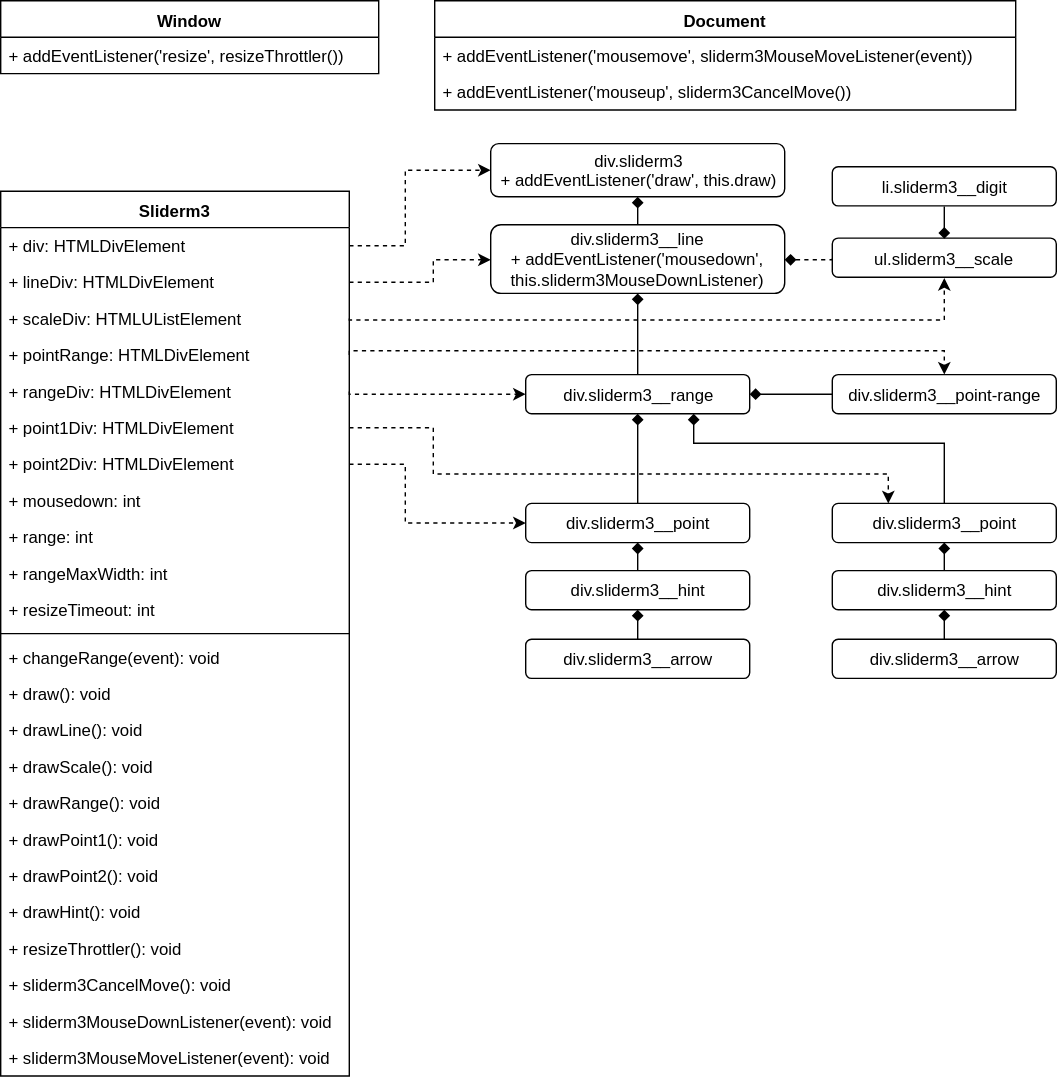
This is schema.svg from alexanderkif/modifiable-slider, a draw.io export, as it was before one commit. Source tidied: cells renumbered, new cells last; positions are measured from the earlier drawing's top-left corner, leaving out a move shared by most shapes. Source of this version:
```xml
<mxGraphModel background="#ffffff">
  <root>
    <mxCell id="0" />
    <mxCell id="1" parent="0" />
    <mxCell id="2" value="Sliderm3" style="swimlane;fontStyle=1;align=center;verticalAlign=top;horizontal=1;startSize=26;" parent="1" vertex="1">
      <mxGeometry y="136" width="249" height="632" as="geometry" />
    </mxCell>
    <mxCell id="3" value="+ div: HTMLDivElement" style="text;strokeColor=none;fillColor=none;align=left;verticalAlign=top;spacingLeft=4;spacingRight=4;overflow=hidden;points=[[0,0.5],[1,0.5]];portConstraint=eastwest;" parent="2" vertex="1">
      <mxGeometry y="26" width="249" height="26" as="geometry" />
    </mxCell>
    <mxCell id="4" value="+ lineDiv: HTMLDivElement" style="text;strokeColor=none;fillColor=none;align=left;verticalAlign=top;spacingLeft=4;spacingRight=4;overflow=hidden;points=[[0,0.5],[1,0.5]];portConstraint=eastwest;" parent="2" vertex="1">
      <mxGeometry y="52" width="249" height="26" as="geometry" />
    </mxCell>
    <mxCell id="5" value="+ scaleDiv: HTMLUListElement" style="text;strokeColor=none;fillColor=none;align=left;verticalAlign=top;spacingLeft=4;spacingRight=4;overflow=hidden;points=[[0,0.5],[1,0.5]];portConstraint=eastwest;" parent="2" vertex="1">
      <mxGeometry y="78" width="249" height="26" as="geometry" />
    </mxCell>
    <mxCell id="6" value="+ pointRange: HTMLDivElement" style="text;strokeColor=none;fillColor=none;align=left;verticalAlign=top;spacingLeft=4;spacingRight=4;overflow=hidden;points=[[0,0.5],[1,0.5]];portConstraint=eastwest;" parent="2" vertex="1">
      <mxGeometry y="104" width="249" height="26" as="geometry" />
    </mxCell>
    <mxCell id="7" value="+ rangeDiv: HTMLDivElement" style="text;strokeColor=none;fillColor=none;align=left;verticalAlign=top;spacingLeft=4;spacingRight=4;overflow=hidden;points=[[0,0.5],[1,0.5]];portConstraint=eastwest;" parent="2" vertex="1">
      <mxGeometry y="130" width="249" height="26" as="geometry" />
    </mxCell>
    <mxCell id="8" value="+ point1Div: HTMLDivElement" style="text;strokeColor=none;fillColor=none;align=left;verticalAlign=top;spacingLeft=4;spacingRight=4;overflow=hidden;points=[[0,0.5],[1,0.5]];portConstraint=eastwest;" parent="2" vertex="1">
      <mxGeometry y="156" width="249" height="26" as="geometry" />
    </mxCell>
    <mxCell id="9" value="+ point2Div: HTMLDivElement" style="text;strokeColor=none;fillColor=none;align=left;verticalAlign=top;spacingLeft=4;spacingRight=4;overflow=hidden;points=[[0,0.5],[1,0.5]];portConstraint=eastwest;" parent="2" vertex="1">
      <mxGeometry y="182" width="249" height="26" as="geometry" />
    </mxCell>
    <mxCell id="10" value="+ mousedown: int" style="text;strokeColor=none;fillColor=none;align=left;verticalAlign=top;spacingLeft=4;spacingRight=4;overflow=hidden;" parent="2" vertex="1">
      <mxGeometry y="208" width="249" height="26" as="geometry" />
    </mxCell>
    <mxCell id="11" value="+ range: int" style="text;strokeColor=none;fillColor=none;align=left;verticalAlign=top;spacingLeft=4;spacingRight=4;overflow=hidden;" parent="2" vertex="1">
      <mxGeometry y="234" width="249" height="26" as="geometry" />
    </mxCell>
    <mxCell id="12" value="+ rangeMaxWidth: int" style="text;strokeColor=none;fillColor=none;align=left;verticalAlign=top;spacingLeft=4;spacingRight=4;overflow=hidden;" parent="2" vertex="1">
      <mxGeometry y="260" width="249" height="26" as="geometry" />
    </mxCell>
    <mxCell id="13" value="+ resizeTimeout: int" style="text;strokeColor=none;fillColor=none;align=left;verticalAlign=top;spacingLeft=4;spacingRight=4;overflow=hidden;" parent="2" vertex="1">
      <mxGeometry y="286" width="249" height="26" as="geometry" />
    </mxCell>
    <mxCell id="14" style="line;strokeWidth=1;fillColor=none;align=left;verticalAlign=middle;spacingTop=-1;spacingLeft=3;spacingRight=3;labelPosition=right;" parent="2" vertex="1">
      <mxGeometry y="312" width="249" height="8" as="geometry" />
    </mxCell>
    <mxCell id="15" value="+ changeRange(event): void" style="text;strokeColor=none;fillColor=none;align=left;verticalAlign=top;spacingLeft=4;spacingRight=4;overflow=hidden;" parent="2" vertex="1">
      <mxGeometry y="320" width="249" height="26" as="geometry" />
    </mxCell>
    <mxCell id="16" value="+ draw(): void" style="text;strokeColor=none;fillColor=none;align=left;verticalAlign=top;spacingLeft=4;spacingRight=4;overflow=hidden;" parent="2" vertex="1">
      <mxGeometry y="346" width="249" height="26" as="geometry" />
    </mxCell>
    <mxCell id="17" value="+ drawLine(): void" style="text;strokeColor=none;fillColor=none;align=left;verticalAlign=top;spacingLeft=4;spacingRight=4;overflow=hidden;" parent="2" vertex="1">
      <mxGeometry y="372" width="249" height="26" as="geometry" />
    </mxCell>
    <mxCell id="18" value="+ drawScale(): void" style="text;strokeColor=none;fillColor=none;align=left;verticalAlign=top;spacingLeft=4;spacingRight=4;overflow=hidden;" parent="2" vertex="1">
      <mxGeometry y="398" width="249" height="26" as="geometry" />
    </mxCell>
    <mxCell id="19" value="+ drawRange(): void" style="text;strokeColor=none;fillColor=none;align=left;verticalAlign=top;spacingLeft=4;spacingRight=4;overflow=hidden;" parent="2" vertex="1">
      <mxGeometry y="424" width="249" height="26" as="geometry" />
    </mxCell>
    <mxCell id="20" value="+ drawPoint1(): void" style="text;strokeColor=none;fillColor=none;align=left;verticalAlign=top;spacingLeft=4;spacingRight=4;overflow=hidden;" parent="2" vertex="1">
      <mxGeometry y="450" width="249" height="26" as="geometry" />
    </mxCell>
    <mxCell id="21" value="+ drawPoint2(): void" style="text;strokeColor=none;fillColor=none;align=left;verticalAlign=top;spacingLeft=4;spacingRight=4;overflow=hidden;" parent="2" vertex="1">
      <mxGeometry y="476" width="249" height="26" as="geometry" />
    </mxCell>
    <mxCell id="22" value="+ drawHint(): void" style="text;strokeColor=none;fillColor=none;align=left;verticalAlign=top;spacingLeft=4;spacingRight=4;overflow=hidden;" parent="2" vertex="1">
      <mxGeometry y="502" width="249" height="26" as="geometry" />
    </mxCell>
    <mxCell id="23" value="+ resizeThrottler(): void" style="text;strokeColor=none;fillColor=none;align=left;verticalAlign=top;spacingLeft=4;spacingRight=4;overflow=hidden;" parent="2" vertex="1">
      <mxGeometry y="528" width="249" height="26" as="geometry" />
    </mxCell>
    <mxCell id="24" value="+ sliderm3CancelMove(): void" style="text;strokeColor=none;fillColor=none;align=left;verticalAlign=top;spacingLeft=4;spacingRight=4;overflow=hidden;" parent="2" vertex="1">
      <mxGeometry y="554" width="249" height="26" as="geometry" />
    </mxCell>
    <mxCell id="25" value="+ sliderm3MouseDownListener(event): void" style="text;strokeColor=none;fillColor=none;align=left;verticalAlign=top;spacingLeft=4;spacingRight=4;overflow=hidden;" parent="2" vertex="1">
      <mxGeometry y="580" width="249" height="26" as="geometry" />
    </mxCell>
    <mxCell id="26" value="+ sliderm3MouseMoveListener(event): void" style="text;strokeColor=none;fillColor=none;align=left;verticalAlign=top;spacingLeft=4;spacingRight=4;overflow=hidden;" parent="2" vertex="1">
      <mxGeometry y="606" width="249" height="26" as="geometry" />
    </mxCell>
    <mxCell id="27" value="div.sliderm3&lt;br&gt;&lt;div&gt;&lt;div&gt;&lt;span&gt;+ addEventListener&lt;/span&gt;(&lt;span&gt;'draw'&lt;/span&gt;, &lt;span&gt;this&lt;/span&gt;.&lt;span&gt;draw&lt;/span&gt;)&lt;/div&gt;&lt;/div&gt;" style="rounded=1;whiteSpace=wrap;html=1;" parent="1" vertex="1">
      <mxGeometry x="350" y="102" width="210" height="38" as="geometry" />
    </mxCell>
    <mxCell id="28" style="edgeStyle=orthogonalEdgeStyle;rounded=0;html=1;exitX=0.5;exitY=0;exitDx=0;exitDy=0;jettySize=auto;endArrow=diamond;endFill=1;entryX=0.5;entryY=1;entryDx=0;entryDy=0;" parent="1" edge="1" source="29" target="27">
      <mxGeometry relative="1" as="geometry" />
    </mxCell>
    <mxCell id="29" value="div.sliderm3__line&lt;br&gt;&lt;div&gt;&lt;span&gt;+ addEventListener&lt;/span&gt;(&lt;span&gt;'mousedown'&lt;/span&gt;, &lt;span&gt;this&lt;/span&gt;.&lt;span&gt;sliderm3MouseDownListener&lt;/span&gt;)&lt;/div&gt;" style="rounded=1;whiteSpace=wrap;html=1;" parent="1" vertex="1">
      <mxGeometry x="350" y="160" width="210" height="49" as="geometry" />
    </mxCell>
    <mxCell id="30" style="edgeStyle=orthogonalEdgeStyle;rounded=0;html=1;exitX=0.5;exitY=0;exitDx=0;exitDy=0;entryX=0.5;entryY=1;entryDx=0;entryDy=0;jettySize=auto;endArrow=diamond;endFill=1;" parent="1" edge="1" source="31" target="29">
      <mxGeometry relative="1" as="geometry" />
    </mxCell>
    <mxCell id="31" value="div.sliderm3__range" style="rounded=1;whiteSpace=wrap;html=1;" parent="1" vertex="1">
      <mxGeometry x="375" y="267" width="160" height="28" as="geometry" />
    </mxCell>
    <mxCell id="32" style="edgeStyle=orthogonalEdgeStyle;rounded=0;html=1;exitX=0;exitY=0.5;exitDx=0;exitDy=0;entryX=1;entryY=0.5;entryDx=0;entryDy=0;dashed=1;endArrow=diamond;endFill=1;jettySize=auto;" parent="1" edge="1" source="33" target="29">
      <mxGeometry relative="1" as="geometry">
        <Array as="points">
          <mxPoint x="594" y="185" />
        </Array>
      </mxGeometry>
    </mxCell>
    <mxCell id="33" value="ul.sliderm3__scale" style="rounded=1;whiteSpace=wrap;html=1;" parent="1" vertex="1">
      <mxGeometry x="594" y="169.5" width="160" height="28" as="geometry" />
    </mxCell>
    <mxCell id="34" style="edgeStyle=orthogonalEdgeStyle;rounded=0;html=1;exitX=0.5;exitY=1;exitDx=0;exitDy=0;entryX=0.5;entryY=0;entryDx=0;entryDy=0;jettySize=auto;endArrow=diamond;endFill=1;" parent="1" edge="1" source="35" target="33">
      <mxGeometry relative="1" as="geometry" />
    </mxCell>
    <mxCell id="35" value="li.&lt;span&gt;sliderm3__digit&lt;/span&gt;" style="rounded=1;whiteSpace=wrap;html=1;" parent="1" vertex="1">
      <mxGeometry x="594" y="118.5" width="160" height="28" as="geometry" />
    </mxCell>
    <mxCell id="36" style="edgeStyle=orthogonalEdgeStyle;rounded=0;html=1;exitX=0.5;exitY=0;exitDx=0;exitDy=0;entryX=0.5;entryY=1;entryDx=0;entryDy=0;jettySize=auto;endArrow=diamond;endFill=1;" parent="1" edge="1" source="37" target="31">
      <mxGeometry relative="1" as="geometry" />
    </mxCell>
    <mxCell id="37" value="div.sliderm3__point" style="rounded=1;whiteSpace=wrap;html=1;" parent="1" vertex="1">
      <mxGeometry x="375" y="359" width="160" height="28" as="geometry" />
    </mxCell>
    <mxCell id="38" style="edgeStyle=orthogonalEdgeStyle;rounded=0;html=1;exitX=0;exitY=0.5;exitDx=0;exitDy=0;entryX=1;entryY=0.5;entryDx=0;entryDy=0;jettySize=auto;endArrow=diamond;endFill=1;" parent="1" edge="1" source="39" target="31">
      <mxGeometry relative="1" as="geometry" />
    </mxCell>
    <mxCell id="39" value="div.sliderm3__point-range" style="rounded=1;whiteSpace=wrap;html=1;" parent="1" vertex="1">
      <mxGeometry x="594" y="267" width="160" height="28" as="geometry" />
    </mxCell>
    <mxCell id="40" style="edgeStyle=orthogonalEdgeStyle;rounded=0;html=1;exitX=0.5;exitY=0;exitDx=0;exitDy=0;entryX=0.75;entryY=1;entryDx=0;entryDy=0;jettySize=auto;endArrow=diamond;endFill=1;" parent="1" edge="1" source="41" target="31">
      <mxGeometry relative="1" as="geometry">
        <Array as="points">
          <mxPoint x="674" y="316" />
          <mxPoint x="495" y="316" />
        </Array>
      </mxGeometry>
    </mxCell>
    <mxCell id="41" value="div.sliderm3__point" style="rounded=1;whiteSpace=wrap;html=1;" parent="1" vertex="1">
      <mxGeometry x="594" y="359" width="160" height="28" as="geometry" />
    </mxCell>
    <mxCell id="42" style="edgeStyle=orthogonalEdgeStyle;rounded=0;html=1;exitX=1;exitY=0.5;exitDx=0;exitDy=0;entryX=0;entryY=0.5;entryDx=0;entryDy=0;jettySize=auto;dashed=1;" parent="1" edge="1" source="3" target="27">
      <mxGeometry relative="1" as="geometry">
        <Array as="points">
          <mxPoint x="289" y="175" />
          <mxPoint x="289" y="121" />
        </Array>
      </mxGeometry>
    </mxCell>
    <mxCell id="43" style="edgeStyle=orthogonalEdgeStyle;rounded=0;html=1;dashed=1;jettySize=auto;entryX=0;entryY=0.5;entryDx=0;entryDy=0;exitX=1;exitY=0.5;exitDx=0;exitDy=0;" parent="1" edge="1" source="4" target="29">
      <mxGeometry relative="1" as="geometry">
        <Array as="points">
          <mxPoint x="309" y="201" />
          <mxPoint x="309" y="185" />
        </Array>
      </mxGeometry>
    </mxCell>
    <mxCell id="44" style="edgeStyle=orthogonalEdgeStyle;rounded=0;html=1;exitX=1;exitY=0.5;exitDx=0;exitDy=0;entryX=0.5;entryY=1;entryDx=0;entryDy=0;dashed=1;jettySize=auto;" parent="1" edge="1" source="5" target="33">
      <mxGeometry relative="1" as="geometry">
        <Array as="points">
          <mxPoint x="249" y="228" />
          <mxPoint x="674" y="228" />
        </Array>
      </mxGeometry>
    </mxCell>
    <mxCell id="45" style="edgeStyle=orthogonalEdgeStyle;rounded=0;html=1;entryX=0;entryY=0.5;entryDx=0;entryDy=0;dashed=1;jettySize=auto;exitX=1;exitY=0.5;exitDx=0;exitDy=0;" parent="1" edge="1" source="7" target="31">
      <mxGeometry relative="1" as="geometry">
        <Array as="points">
          <mxPoint x="249" y="281" />
        </Array>
      </mxGeometry>
    </mxCell>
    <mxCell id="46" style="edgeStyle=orthogonalEdgeStyle;rounded=0;html=1;entryX=0.5;entryY=0;entryDx=0;entryDy=0;dashed=1;jettySize=auto;exitX=1;exitY=0.5;exitDx=0;exitDy=0;" parent="1" edge="1" source="6" target="39">
      <mxGeometry relative="1" as="geometry">
        <Array as="points">
          <mxPoint x="249" y="250" />
          <mxPoint x="674" y="250" />
        </Array>
      </mxGeometry>
    </mxCell>
    <mxCell id="47" style="edgeStyle=orthogonalEdgeStyle;rounded=0;html=1;exitX=0.5;exitY=0;exitDx=0;exitDy=0;entryX=0.5;entryY=1;entryDx=0;entryDy=0;endArrow=diamond;endFill=1;jettySize=auto;" parent="1" edge="1" source="48" target="37">
      <mxGeometry relative="1" as="geometry" />
    </mxCell>
    <mxCell id="48" value="div.sliderm3__hint" style="rounded=1;whiteSpace=wrap;html=1;" parent="1" vertex="1">
      <mxGeometry x="375" y="407" width="160" height="28" as="geometry" />
    </mxCell>
    <mxCell id="49" style="edgeStyle=orthogonalEdgeStyle;rounded=0;html=1;exitX=0.5;exitY=0;exitDx=0;exitDy=0;entryX=0.5;entryY=1;entryDx=0;entryDy=0;endArrow=diamond;endFill=1;jettySize=auto;" parent="1" edge="1" source="50" target="41">
      <mxGeometry relative="1" as="geometry" />
    </mxCell>
    <mxCell id="50" value="div.sliderm3__hint" style="rounded=1;whiteSpace=wrap;html=1;" parent="1" vertex="1">
      <mxGeometry x="594" y="407" width="160" height="28" as="geometry" />
    </mxCell>
    <mxCell id="51" style="edgeStyle=orthogonalEdgeStyle;rounded=0;html=1;exitX=0.5;exitY=0;exitDx=0;exitDy=0;entryX=0.5;entryY=1;entryDx=0;entryDy=0;endArrow=diamond;endFill=1;jettySize=auto;" parent="1" edge="1" source="52" target="48">
      <mxGeometry relative="1" as="geometry" />
    </mxCell>
    <mxCell id="52" value="div.sliderm3__arrow" style="rounded=1;whiteSpace=wrap;html=1;" parent="1" vertex="1">
      <mxGeometry x="375" y="456" width="160" height="28" as="geometry" />
    </mxCell>
    <mxCell id="53" style="edgeStyle=orthogonalEdgeStyle;rounded=0;html=1;exitX=0.5;exitY=0;exitDx=0;exitDy=0;entryX=0.5;entryY=1;entryDx=0;entryDy=0;endArrow=diamond;endFill=1;jettySize=auto;" parent="1" edge="1" source="54" target="50">
      <mxGeometry relative="1" as="geometry" />
    </mxCell>
    <mxCell id="54" value="div.sliderm3__arrow" style="rounded=1;whiteSpace=wrap;html=1;" parent="1" vertex="1">
      <mxGeometry x="594" y="456" width="160" height="28" as="geometry" />
    </mxCell>
    <mxCell id="55" style="edgeStyle=orthogonalEdgeStyle;rounded=0;html=1;entryX=0.25;entryY=0;entryDx=0;entryDy=0;endArrow=classic;endFill=1;jettySize=auto;dashed=1;exitX=1;exitY=0.5;exitDx=0;exitDy=0;" parent="1" edge="1" source="8" target="41">
      <mxGeometry relative="1" as="geometry">
        <Array as="points">
          <mxPoint x="309" y="305" />
          <mxPoint x="309" y="338" />
          <mxPoint x="634" y="338" />
        </Array>
      </mxGeometry>
    </mxCell>
    <mxCell id="56" style="edgeStyle=orthogonalEdgeStyle;rounded=0;html=1;entryX=0;entryY=0.5;entryDx=0;entryDy=0;dashed=1;endArrow=classic;endFill=1;jettySize=auto;exitX=1;exitY=0.5;exitDx=0;exitDy=0;" parent="1" edge="1" source="9" target="37">
      <mxGeometry relative="1" as="geometry">
        <Array as="points">
          <mxPoint x="289" y="331" />
          <mxPoint x="289" y="373" />
        </Array>
      </mxGeometry>
    </mxCell>
    <mxCell id="57" value="Window" style="swimlane;fontStyle=1;align=center;verticalAlign=top;horizontal=1;startSize=26;" parent="1" vertex="1">
      <mxGeometry width="270" height="52" as="geometry" />
    </mxCell>
    <mxCell id="58" value="+ addEventListener('resize', resizeThrottler())&#10;" style="text;strokeColor=none;fillColor=none;align=left;verticalAlign=top;spacingLeft=4;spacingRight=4;overflow=hidden;" parent="57" vertex="1">
      <mxGeometry y="26" width="270" height="26" as="geometry" />
    </mxCell>
    <mxCell id="59" value="Document" style="swimlane;fontStyle=1;align=center;verticalAlign=top;horizontal=1;startSize=26;" parent="1" vertex="1">
      <mxGeometry x="310" width="415" height="78" as="geometry" />
    </mxCell>
    <mxCell id="60" value="+ addEventListener('mousemove', sliderm3MouseMoveListener(event))&#10;" style="text;strokeColor=none;fillColor=none;align=left;verticalAlign=top;spacingLeft=4;spacingRight=4;overflow=hidden;" parent="59" vertex="1">
      <mxGeometry y="26" width="415" height="26" as="geometry" />
    </mxCell>
    <mxCell id="61" value="+ addEventListener('mouseup', sliderm3CancelMove())&#10;" style="text;strokeColor=none;fillColor=none;align=left;verticalAlign=top;spacingLeft=4;spacingRight=4;overflow=hidden;" parent="59" vertex="1">
      <mxGeometry y="52" width="415" height="26" as="geometry" />
    </mxCell>
  </root>
</mxGraphModel>
```
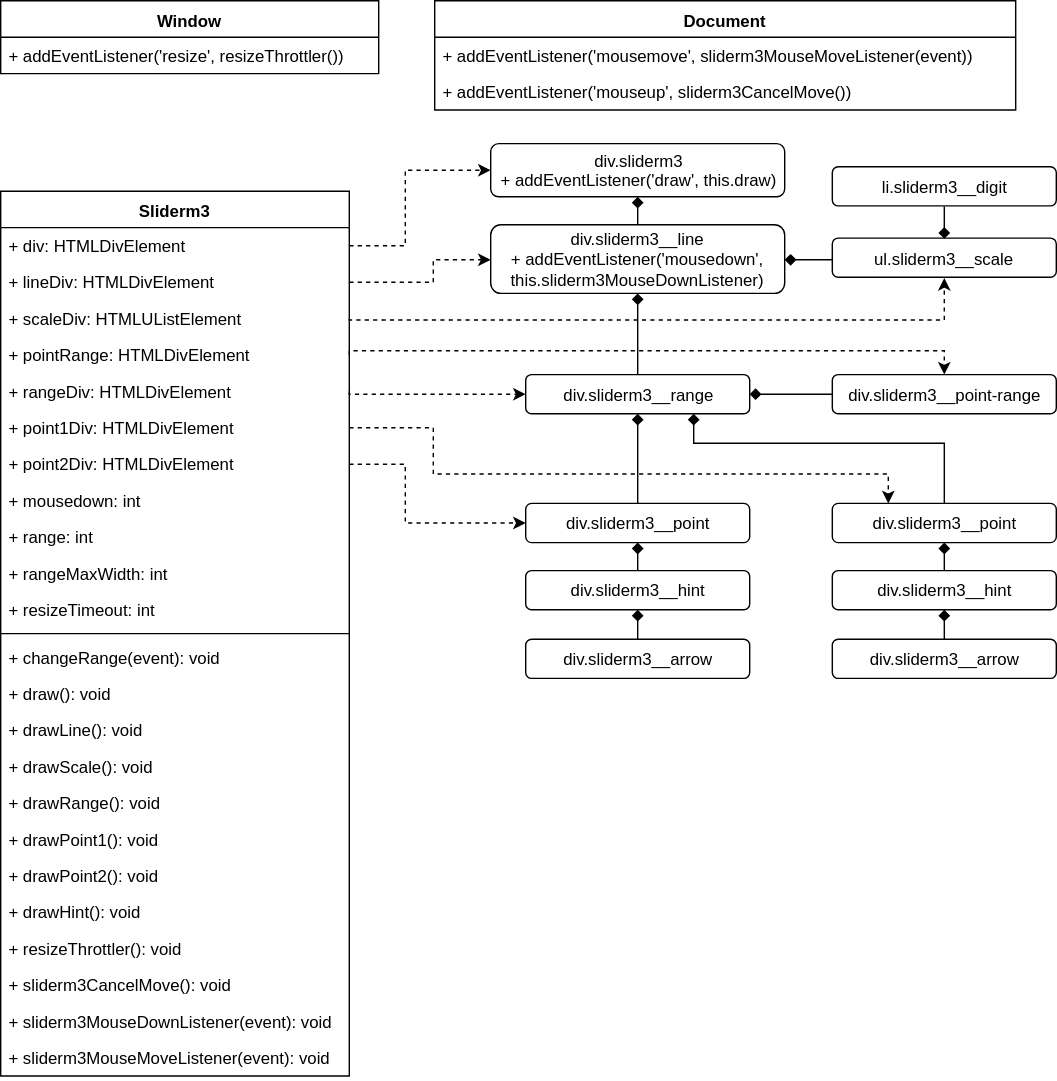
After the change.

Diff of the diagram source:
```diff
@@ -92,7 +92,7 @@
     <mxCell id="31" value="div.sliderm3__range" style="rounded=1;whiteSpace=wrap;html=1;" parent="1" vertex="1">
       <mxGeometry x="375" y="267" width="160" height="28" as="geometry" />
     </mxCell>
-    <mxCell id="32" style="edgeStyle=orthogonalEdgeStyle;rounded=0;html=1;exitX=0;exitY=0.5;exitDx=0;exitDy=0;entryX=1;entryY=0.5;entryDx=0;entryDy=0;dashed=1;endArrow=diamond;endFill=1;jettySize=auto;" parent="1" edge="1" source="33" target="29">
+    <mxCell id="32" style="edgeStyle=orthogonalEdgeStyle;rounded=0;html=1;exitX=0;exitY=0.5;exitDx=0;exitDy=0;entryX=1;entryY=0.5;entryDx=0;entryDy=0;endArrow=diamond;endFill=1;jettySize=auto;" parent="1" edge="1" source="33" target="29">
       <mxGeometry relative="1" as="geometry">
         <Array as="points">
           <mxPoint x="594" y="185" />
```
